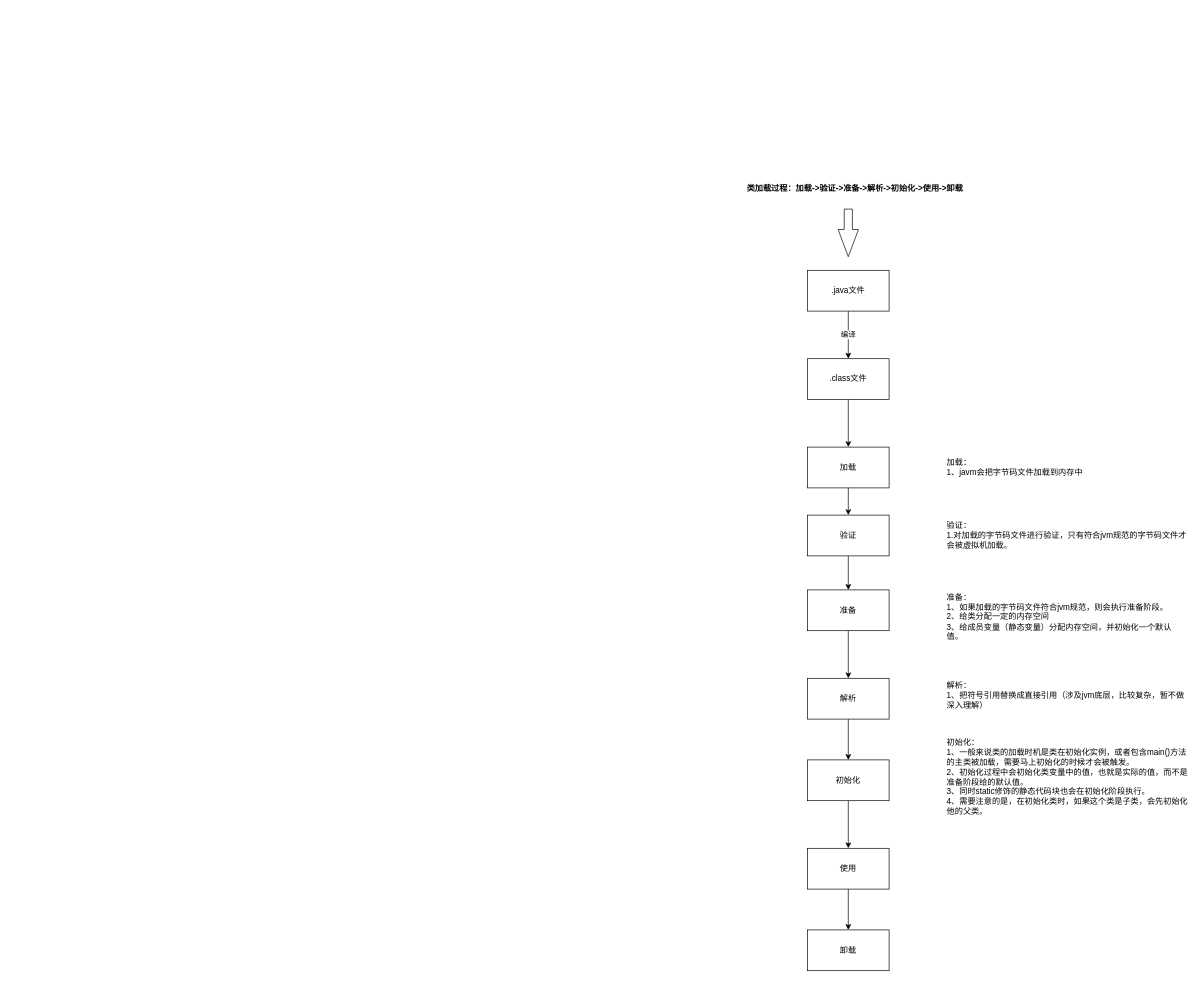
Earlier version of the draw.io diagram 架构图例/其他图/003_JVM类加载机制.drawio (childin/childin). Source tidied: cells renumbered, new cells numbered last; positions are measured from the earlier drawing's top-left corner, leaving out a move shared by most shapes. Both pictures are drawn from the tidied source at 68%, with x=0, y=0 at pixel (726, 182).
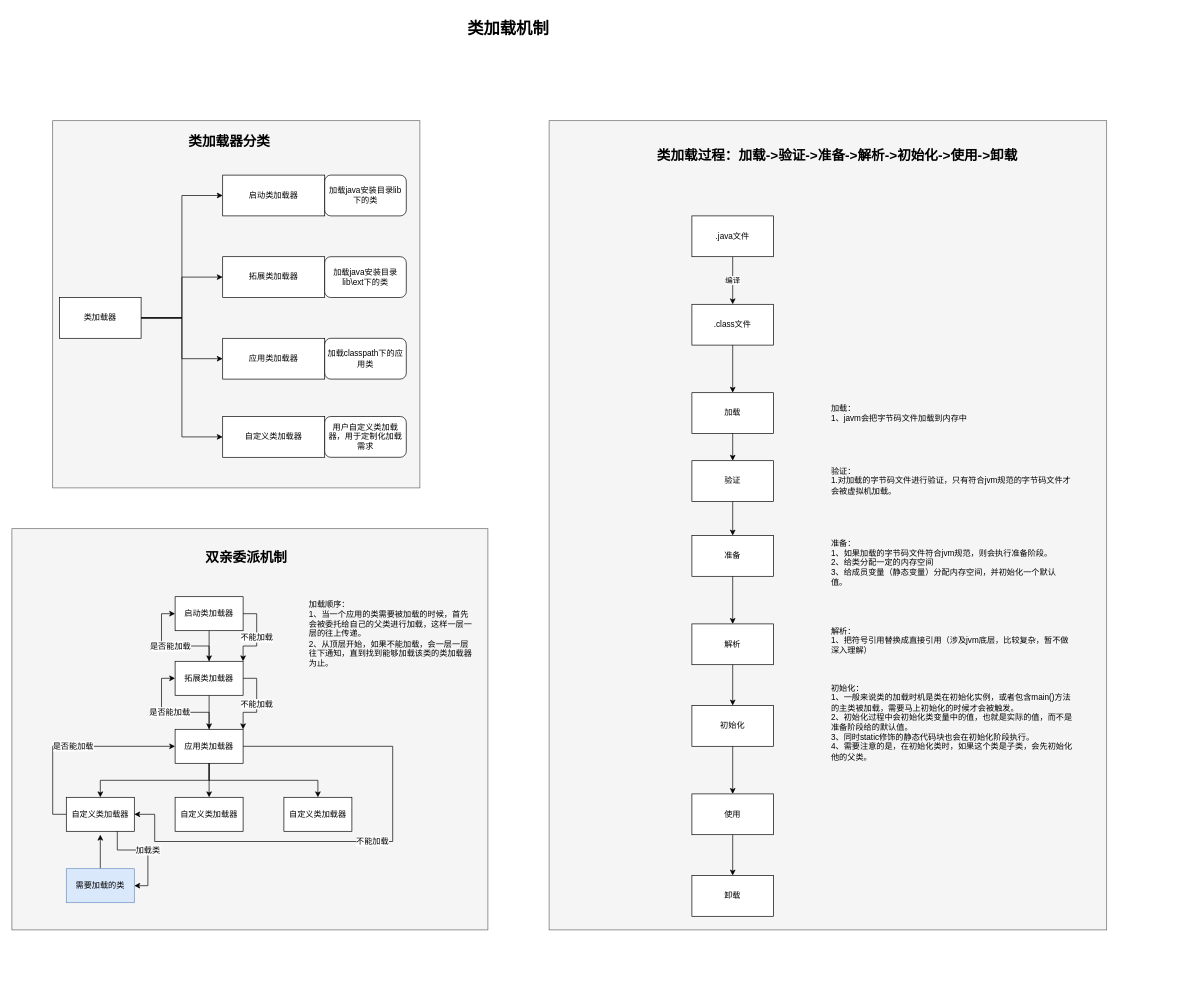
The same diagram, later.

Commit message (it also covers changes not shown here):
更新003_JVM类加载机制.drawio

Diff of the diagram source:
```diff
@@
+    <mxCell id="26" style="group;" parent="1" vertex="1">
+      <mxGeometry x="-990" y="-90" width="540" height="540" as="geometry" />
+    </mxCell>
+    <mxCell id="27" style="whiteSpace=wrap;html=1;fontSize=20;align=center;fillColor=#f5f5f5;strokeColor=#666666;fontColor=#333333;" parent="26" vertex="1">
+      <mxGeometry width="540" height="540" as="geometry" />
+    </mxCell>
+    <mxCell id="28" value="类加载器" style="rounded=0;whiteSpace=wrap;html=1;align=center;" parent="26" vertex="1">
+      <mxGeometry x="10" y="260" width="120" height="60" as="geometry" />
+    </mxCell>
+    <mxCell id="29" value="启动类加载器" style="rounded=0;whiteSpace=wrap;html=1;align=center;" parent="26" vertex="1">
+      <mxGeometry x="250" y="80" width="150" height="60" as="geometry" />
+    </mxCell>
+    <mxCell id="30" style="edgeStyle=orthogonalEdgeStyle;rounded=0;jettySize=auto;html=1;entryX=0;entryY=0.5;entryDx=0;entryDy=0;exitX=1;exitY=0.5;exitDx=0;exitDy=0;" parent="26" edge="1" source="28" target="29">
+      <mxGeometry relative="1" as="geometry" />
+    </mxCell>
+    <mxCell id="31" value="拓展类加载器" style="rounded=0;whiteSpace=wrap;html=1;align=center;" parent="26" vertex="1">
+      <mxGeometry x="250" y="200" width="150" height="60" as="geometry" />
+    </mxCell>
+    <mxCell id="32" style="edgeStyle=orthogonalEdgeStyle;rounded=0;jettySize=auto;html=1;" parent="26" edge="1" source="28" target="31">
+      <mxGeometry relative="1" as="geometry" />
+    </mxCell>
+    <mxCell id="33" value="应用类加载器" style="rounded=0;whiteSpace=wrap;html=1;align=center;" parent="26" vertex="1">
+      <mxGeometry x="250" y="320" width="150" height="60" as="geometry" />
+    </mxCell>
+    <mxCell id="34" style="edgeStyle=orthogonalEdgeStyle;rounded=0;jettySize=auto;html=1;entryX=0;entryY=0.5;entryDx=0;entryDy=0;" parent="26" edge="1" source="28" target="33">
+      <mxGeometry relative="1" as="geometry" />
+    </mxCell>
+    <mxCell id="35" value="自定义类加载器" style="rounded=0;whiteSpace=wrap;html=1;align=center;" parent="26" vertex="1">
+      <mxGeometry x="250" y="435" width="150" height="60" as="geometry" />
+    </mxCell>
+    <mxCell id="36" style="edgeStyle=orthogonalEdgeStyle;rounded=0;jettySize=auto;html=1;entryX=0;entryY=0.5;entryDx=0;entryDy=0;" parent="26" edge="1" source="28" target="35">
+      <mxGeometry relative="1" as="geometry" />
+    </mxCell>
+    <mxCell id="37" value="加载java安装目录lib下的类" style="rounded=1;whiteSpace=wrap;html=1;align=center;" parent="26" vertex="1">
+      <mxGeometry x="400" y="80" width="120" height="60" as="geometry" />
+    </mxCell>
+    <mxCell id="38" value="加载java安装目录lib\ext下的类" style="rounded=1;whiteSpace=wrap;html=1;align=center;" parent="26" vertex="1">
+      <mxGeometry x="400" y="200" width="120" height="60" as="geometry" />
+    </mxCell>
+    <mxCell id="39" value="加载classpath下的应用类" style="rounded=1;whiteSpace=wrap;html=1;align=center;" parent="26" vertex="1">
+      <mxGeometry x="400" y="320" width="120" height="60" as="geometry" />
+    </mxCell>
+    <mxCell id="40" value="用户自定义类加载器，用于定制化加载需求" style="rounded=1;whiteSpace=wrap;html=1;align=center;" parent="26" vertex="1">
+      <mxGeometry x="400" y="435" width="120" height="60" as="geometry" />
+    </mxCell>
+    <mxCell id="41" value="类加载器分类" style="text;html=1;strokeColor=none;fillColor=none;align=center;verticalAlign=middle;whiteSpace=wrap;rounded=0;fontStyle=1;fontSize=20;" parent="26" vertex="1">
+      <mxGeometry x="190" y="20" width="140" height="20" as="geometry" />
+    </mxCell>
+    <mxCell id="42" style="group;" parent="1" vertex="1">
+      <mxGeometry x="-260" y="-90" width="820" height="1190" as="geometry" />
+    </mxCell>
+    <mxCell id="43" style="rounded=0;whiteSpace=wrap;html=1;fontSize=20;align=center;fillColor=#f5f5f5;strokeColor=#666666;fontColor=#333333;" parent="42" vertex="1">
+      <mxGeometry width="820" height="1190" as="geometry" />
+    </mxCell>
-    <mxCell id="2" value="类加载过程：加载-&amp;gt;验证-&amp;gt;准备-&amp;gt;解析-&amp;gt;初始化-&amp;gt;使用-&amp;gt;卸载" style="text;html=1;strokeColor=none;fillColor=none;align=center;verticalAlign=middle;whiteSpace=wrap;rounded=0;fontStyle=1;" parent="1" vertex="1">
-      <mxGeometry width="380" height="20" as="geometry" />
+    <mxCell id="2" value="类加载过程：加载-&amp;gt;验证-&amp;gt;准备-&amp;gt;解析-&amp;gt;初始化-&amp;gt;使用-&amp;gt;卸载" style="text;html=1;strokeColor=none;fillColor=none;align=center;verticalAlign=middle;whiteSpace=wrap;rounded=0;fontStyle=1;fontSize=20;" parent="42" vertex="1">
+      <mxGeometry x="119" y="40" width="610" height="20" as="geometry" />
     </mxCell>
-    <mxCell id="3" style="edgeStyle=orthogonalEdgeStyle;rounded=0;jettySize=auto;html=1;entryX=0.5;entryY=0;entryDx=0;entryDy=0;" parent="1" edge="1" source="4" target="8">
-      <mxGeometry relative="1" as="geometry" />
-    </mxCell>
-    <mxCell id="4" value=".class文件" style="rounded=0;whiteSpace=wrap;html=1;" parent="1" vertex="1">
-      <mxGeometry x="120" y="260" width="120" height="60" as="geometry" />
+    <mxCell id="4" value=".class文件" style="rounded=0;whiteSpace=wrap;html=1;" parent="42" vertex="1">
+      <mxGeometry x="210" y="270" width="120" height="60" as="geometry" />
     </mxCell>
-    <mxCell id="5" value="编译" style="edgeStyle=orthogonalEdgeStyle;rounded=0;jettySize=auto;html=1;" parent="1" edge="1" source="6" target="4">
+    <mxCell id="5" value="编译" style="edgeStyle=orthogonalEdgeStyle;rounded=0;jettySize=auto;html=1;" parent="42" edge="1" source="6" target="4">
       <mxGeometry relative="1" as="geometry" />
     </mxCell>
-    <mxCell id="6" value=".java文件" style="rounded=0;whiteSpace=wrap;html=1;" parent="1" vertex="1">
-      <mxGeometry x="120" y="130" width="120" height="60" as="geometry" />
+    <mxCell id="6" value=".java文件" style="rounded=0;whiteSpace=wrap;html=1;" parent="42" vertex="1">
+      <mxGeometry x="210" y="140" width="120" height="60" as="geometry" />
     </mxCell>
-    <mxCell id="7" style="edgeStyle=orthogonalEdgeStyle;rounded=0;jettySize=auto;html=1;entryX=0.5;entryY=0;entryDx=0;entryDy=0;" parent="1" edge="1" source="8" target="21">
-      <mxGeometry relative="1" as="geometry" />
-    </mxCell>
-    <mxCell id="8" value="加载" style="rounded=0;whiteSpace=wrap;html=1;" parent="1" vertex="1">
-      <mxGeometry x="120" y="390" width="120" height="60" as="geometry" />
+    <mxCell id="8" value="加载" style="rounded=0;whiteSpace=wrap;html=1;" parent="42" vertex="1">
+      <mxGeometry x="210" y="400" width="120" height="60" as="geometry" />
     </mxCell>
+    <mxCell id="3" style="edgeStyle=orthogonalEdgeStyle;rounded=0;jettySize=auto;html=1;entryX=0.5;entryY=0;entryDx=0;entryDy=0;" parent="42" edge="1" source="4" target="8">
+      <mxGeometry relative="1" as="geometry" />
+    </mxCell>
+    <mxCell id="10" value="准备" style="rounded=0;whiteSpace=wrap;html=1;" parent="42" vertex="1">
+      <mxGeometry x="210" y="610" width="120" height="60" as="geometry" />
+    </mxCell>
+    <mxCell id="12" value="解析" style="rounded=0;whiteSpace=wrap;html=1;" parent="42" vertex="1">
+      <mxGeometry x="210" y="740" width="120" height="60" as="geometry" />
+    </mxCell>
-    <mxCell id="9" style="edgeStyle=orthogonalEdgeStyle;rounded=0;jettySize=auto;html=1;entryX=0.5;entryY=0;entryDx=0;entryDy=0;" parent="1" edge="1" source="10" target="12">
+    <mxCell id="9" style="edgeStyle=orthogonalEdgeStyle;rounded=0;jettySize=auto;html=1;entryX=0.5;entryY=0;entryDx=0;entryDy=0;" parent="42" edge="1" source="10" target="12">
       <mxGeometry relative="1" as="geometry" />
     </mxCell>
-    <mxCell id="10" value="准备" style="rounded=0;whiteSpace=wrap;html=1;" parent="1" vertex="1">
-      <mxGeometry x="120" y="600" width="120" height="60" as="geometry" />
-    </mxCell>
+    <mxCell id="14" value="初始化" style="rounded=0;whiteSpace=wrap;html=1;" parent="42" vertex="1">
+      <mxGeometry x="210" y="860" width="120" height="60" as="geometry" />
+    </mxCell>
-    <mxCell id="11" style="edgeStyle=orthogonalEdgeStyle;rounded=0;jettySize=auto;html=1;" parent="1" edge="1" source="12" target="14">
+    <mxCell id="11" style="edgeStyle=orthogonalEdgeStyle;rounded=0;jettySize=auto;html=1;" parent="42" edge="1" source="12" target="14">
       <mxGeometry relative="1" as="geometry" />
     </mxCell>
-    <mxCell id="12" value="解析" style="rounded=0;whiteSpace=wrap;html=1;" parent="1" vertex="1">
-      <mxGeometry x="120" y="730" width="120" height="60" as="geometry" />
-    </mxCell>
+    <mxCell id="16" value="使用" style="rounded=0;whiteSpace=wrap;html=1;" parent="42" vertex="1">
+      <mxGeometry x="210" y="990" width="120" height="60" as="geometry" />
+    </mxCell>
-    <mxCell id="13" style="edgeStyle=orthogonalEdgeStyle;rounded=0;jettySize=auto;html=1;" parent="1" edge="1" source="14" target="16">
+    <mxCell id="13" style="edgeStyle=orthogonalEdgeStyle;rounded=0;jettySize=auto;html=1;" parent="42" edge="1" source="14" target="16">
       <mxGeometry relative="1" as="geometry" />
     </mxCell>
-    <mxCell id="14" value="初始化" style="rounded=0;whiteSpace=wrap;html=1;" parent="1" vertex="1">
-      <mxGeometry x="120" y="850" width="120" height="60" as="geometry" />
-    </mxCell>
+    <mxCell id="17" value="卸载" style="rounded=0;whiteSpace=wrap;html=1;" parent="42" vertex="1">
+      <mxGeometry x="210" y="1110" width="120" height="60" as="geometry" />
+    </mxCell>
-    <mxCell id="15" style="edgeStyle=orthogonalEdgeStyle;rounded=0;jettySize=auto;html=1;" parent="1" edge="1" source="16" target="17">
+    <mxCell id="15" style="edgeStyle=orthogonalEdgeStyle;rounded=0;jettySize=auto;html=1;" parent="42" edge="1" source="16" target="17">
       <mxGeometry relative="1" as="geometry" />
     </mxCell>
-    <mxCell id="16" value="使用" style="rounded=0;whiteSpace=wrap;html=1;" parent="1" vertex="1">
-      <mxGeometry x="120" y="980" width="120" height="60" as="geometry" />
-    </mxCell>
-    <mxCell id="17" value="卸载" style="rounded=0;whiteSpace=wrap;html=1;" parent="1" vertex="1">
-      <mxGeometry x="120" y="1100" width="120" height="60" as="geometry" />
-    </mxCell>
-    <mxCell id="18" value="加载：&lt;br&gt;1、javm会把字节码文件加载到内存中&lt;br&gt;" style="text;html=1;strokeColor=none;fillColor=none;align=left;verticalAlign=middle;whiteSpace=wrap;rounded=0;" parent="1" vertex="1">
-      <mxGeometry x="323" y="365" width="362" height="110" as="geometry" />
+    <mxCell id="18" value="加载：&lt;br&gt;1、javm会把字节码文件加载到内存中&lt;br&gt;" style="text;html=1;strokeColor=none;fillColor=none;align=left;verticalAlign=middle;whiteSpace=wrap;rounded=0;" parent="42" vertex="1">
+      <mxGeometry x="413" y="375" width="362" height="110" as="geometry" />
     </mxCell>
-    <mxCell id="19" value="准备：&lt;br&gt;1、如果加载的字节码文件符合jvm规范，则会执行准备阶段。&lt;br&gt;2、给类分配一定的内存空间&lt;br&gt;3、给成员变量（静态变量）分配内存空间，并初始化一个默认值。&lt;br&gt;" style="text;html=1;strokeColor=none;fillColor=none;align=left;verticalAlign=middle;whiteSpace=wrap;rounded=0;" parent="1" vertex="1">
-      <mxGeometry x="323" y="580" width="352" height="120" as="geometry" />
+    <mxCell id="19" value="准备：&lt;br&gt;1、如果加载的字节码文件符合jvm规范，则会执行准备阶段。&lt;br&gt;2、给类分配一定的内存空间&lt;br&gt;3、给成员变量（静态变量）分配内存空间，并初始化一个默认值。&lt;br&gt;" style="text;html=1;strokeColor=none;fillColor=none;align=left;verticalAlign=middle;whiteSpace=wrap;rounded=0;" parent="42" vertex="1">
+      <mxGeometry x="413" y="590" width="352" height="120" as="geometry" />
     </mxCell>
-    <mxCell id="20" style="edgeStyle=orthogonalEdgeStyle;rounded=0;jettySize=auto;html=1;" parent="1" edge="1" source="21" target="10">
+    <mxCell id="20" style="edgeStyle=orthogonalEdgeStyle;rounded=0;jettySize=auto;html=1;" parent="42" edge="1" source="21" target="10">
       <mxGeometry relative="1" as="geometry" />
     </mxCell>
-    <mxCell id="21" value="验证" style="rounded=0;whiteSpace=wrap;html=1;" parent="1" vertex="1">
-      <mxGeometry x="120" y="490" width="120" height="60" as="geometry" />
+    <mxCell id="21" value="验证" style="rounded=0;whiteSpace=wrap;html=1;" parent="42" vertex="1">
+      <mxGeometry x="210" y="500" width="120" height="60" as="geometry" />
     </mxCell>
+    <mxCell id="7" style="edgeStyle=orthogonalEdgeStyle;rounded=0;jettySize=auto;html=1;entryX=0.5;entryY=0;entryDx=0;entryDy=0;" parent="42" edge="1" source="8" target="21">
+      <mxGeometry relative="1" as="geometry" />
+    </mxCell>
-    <mxCell id="22" value="验证：&lt;br&gt;1.对加载的字节码文件进行验证，只有符合jvm规范的字节码文件才会被虚拟机加载。" style="text;html=1;strokeColor=none;fillColor=none;align=left;verticalAlign=middle;whiteSpace=wrap;rounded=0;" parent="1" vertex="1">
-      <mxGeometry x="323" y="465" width="362" height="110" as="geometry" />
+    <mxCell id="22" value="验证：&lt;br&gt;1.对加载的字节码文件进行验证，只有符合jvm规范的字节码文件才会被虚拟机加载。" style="text;html=1;strokeColor=none;fillColor=none;align=left;verticalAlign=middle;whiteSpace=wrap;rounded=0;" parent="42" vertex="1">
+      <mxGeometry x="413" y="475" width="362" height="110" as="geometry" />
     </mxCell>
-    <mxCell id="23" value="解析：&lt;br&gt;1、把符号引用替换成直接引用（涉及jvm底层，比较复杂，暂不做深入理解）" style="text;html=1;strokeColor=none;fillColor=none;align=left;verticalAlign=middle;whiteSpace=wrap;rounded=0;" parent="1" vertex="1">
-      <mxGeometry x="323" y="700" width="362" height="110" as="geometry" />
+    <mxCell id="23" value="解析：&lt;br&gt;1、把符号引用替换成直接引用（涉及jvm底层，比较复杂，暂不做深入理解）" style="text;html=1;strokeColor=none;fillColor=none;align=left;verticalAlign=middle;whiteSpace=wrap;rounded=0;" parent="42" vertex="1">
+      <mxGeometry x="413" y="710" width="362" height="110" as="geometry" />
     </mxCell>
-    <mxCell id="24" value="初始化：&lt;br&gt;1、一般来说类的加载时机是类在初始化实例，或者包含main()方法的主类被加载，需要马上初始化的时候才会被触发。&lt;br&gt;2、初始化过程中会初始化类变量中的值，也就是实际的值，而不是准备阶段给的默认值。&lt;br&gt;3、同时static修饰的静态代码块也会在初始化阶段执行。&lt;br&gt;4、需要注意的是，在初始化类时，如果这个类是子类，会先初始化他的父类。" style="text;html=1;strokeColor=none;fillColor=none;align=left;verticalAlign=middle;whiteSpace=wrap;rounded=0;" parent="1" vertex="1">
-      <mxGeometry x="323" y="820" width="362" height="110" as="geometry" />
+    <mxCell id="24" value="初始化：&lt;br&gt;1、一般来说类的加载时机是类在初始化实例，或者包含main()方法的主类被加载，需要马上初始化的时候才会被触发。&lt;br&gt;2、初始化过程中会初始化类变量中的值，也就是实际的值，而不是准备阶段给的默认值。&lt;br&gt;3、同时static修饰的静态代码块也会在初始化阶段执行。&lt;br&gt;4、需要注意的是，在初始化类时，如果这个类是子类，会先初始化他的父类。" style="text;html=1;strokeColor=none;fillColor=none;align=left;verticalAlign=middle;whiteSpace=wrap;rounded=0;" parent="42" vertex="1">
+      <mxGeometry x="413" y="830" width="362" height="110" as="geometry" />
     </mxCell>
-    <mxCell id="25" style="html=1;shadow=0;dashed=0;align=center;verticalAlign=middle;shape=mxgraph.arrows2.arrow;dy=0.6;dx=40;direction=south;notch=0;" parent="1" vertex="1">
-      <mxGeometry x="165" y="40" width="30" height="70" as="geometry" />
-    </mxCell>
+    <mxCell id="44" style="group;" parent="1" vertex="1">
+      <mxGeometry x="-1050" y="510" width="700" height="590" as="geometry" />
+    </mxCell>
+    <mxCell id="45" style="rounded=0;whiteSpace=wrap;html=1;fontSize=12;align=center;fillColor=#f5f5f5;strokeColor=#666666;fontColor=#333333;" parent="44" vertex="1">
+      <mxGeometry width="700" height="590" as="geometry" />
+    </mxCell>
+    <mxCell id="46" value="双亲委派机制" style="text;html=1;strokeColor=none;fillColor=none;align=center;verticalAlign=middle;whiteSpace=wrap;rounded=0;fontSize=20;fontStyle=1;" parent="44" vertex="1">
+      <mxGeometry x="220" y="40" width="250" as="geometry" />
+    </mxCell>
+    <mxCell id="47" value="启动类加载器" style="rounded=0;whiteSpace=wrap;html=1;fontSize=12;align=center;" parent="44" vertex="1">
+      <mxGeometry x="240" y="100" width="100" height="50" as="geometry" />
+    </mxCell>
+    <mxCell id="48" value="应用类加载器" style="rounded=0;whiteSpace=wrap;html=1;fontSize=12;align=center;" parent="44" vertex="1">
+      <mxGeometry x="240" y="295" width="100" height="50" as="geometry" />
+    </mxCell>
+    <mxCell id="49" style="edgeStyle=orthogonalEdgeStyle;rounded=0;jettySize=auto;html=1;entryX=0.5;entryY=0;entryDx=0;entryDy=0;fontSize=12;" parent="44" edge="1" source="52" target="48">
+      <mxGeometry relative="1" as="geometry" />
+    </mxCell>
+    <mxCell id="50" value="是否能加载" style="edgeStyle=orthogonalEdgeStyle;rounded=0;jettySize=auto;html=1;entryX=0;entryY=0.5;entryDx=0;entryDy=0;fontSize=12;" parent="44" edge="1" source="52" target="47">
+      <mxGeometry relative="1" as="geometry" />
+    </mxCell>
+    <mxCell id="51" value="不能加载" style="edgeStyle=orthogonalEdgeStyle;rounded=0;jettySize=auto;html=1;fontSize=12;entryX=1;entryY=0;entryDx=0;entryDy=0;exitX=1;exitY=0.5;exitDx=0;exitDy=0;" parent="44" edge="1" source="52" target="48">
+      <mxGeometry relative="1" as="geometry" />
+    </mxCell>
+    <mxCell id="52" value="拓展类加载器" style="rounded=0;whiteSpace=wrap;html=1;fontSize=12;align=center;" parent="44" vertex="1">
+      <mxGeometry x="240" y="195" width="100" height="50" as="geometry" />
+    </mxCell>
+    <mxCell id="53" style="edgeStyle=orthogonalEdgeStyle;rounded=0;jettySize=auto;html=1;entryX=0.5;entryY=0;entryDx=0;entryDy=0;fontSize=12;" parent="44" edge="1" source="47" target="52">
+      <mxGeometry relative="1" as="geometry" />
+    </mxCell>
+    <mxCell id="54" value="不能加载" style="edgeStyle=orthogonalEdgeStyle;rounded=0;jettySize=auto;html=1;entryX=1;entryY=0;entryDx=0;entryDy=0;fontSize=12;exitX=1;exitY=0.5;exitDx=0;exitDy=0;" parent="44" edge="1" source="47" target="52">
+      <mxGeometry relative="1" as="geometry" />
+    </mxCell>
+    <mxCell id="55" value="是否能加载" style="edgeStyle=orthogonalEdgeStyle;rounded=0;jettySize=auto;html=1;entryX=0;entryY=0.5;entryDx=0;entryDy=0;fontSize=12;" parent="44" edge="1" source="48" target="52">
+      <mxGeometry relative="1" as="geometry" />
+    </mxCell>
+    <mxCell id="56" value="是否能加载" style="edgeStyle=orthogonalEdgeStyle;rounded=0;jettySize=auto;html=1;entryX=0;entryY=0.5;entryDx=0;entryDy=0;fontSize=12;exitX=0;exitY=0.5;exitDx=0;exitDy=0;" parent="44" edge="1" source="57" target="48">
+      <mxGeometry relative="1" as="geometry" />
+    </mxCell>
+    <mxCell id="57" value="自定义类加载器" style="rounded=0;whiteSpace=wrap;html=1;fontSize=12;align=center;" parent="44" vertex="1">
+      <mxGeometry x="80" y="395" width="100" height="50" as="geometry" />
+    </mxCell>
+    <mxCell id="58" style="edgeStyle=orthogonalEdgeStyle;rounded=0;jettySize=auto;html=1;entryX=0.5;entryY=0;entryDx=0;entryDy=0;fontSize=12;exitX=0.5;exitY=1;exitDx=0;exitDy=0;" parent="44" edge="1" source="48" target="57">
+      <mxGeometry relative="1" as="geometry" />
+    </mxCell>
+    <mxCell id="59" value="不能加载" style="edgeStyle=orthogonalEdgeStyle;rounded=0;jettySize=auto;html=1;entryX=1;entryY=0.5;entryDx=0;entryDy=0;fontSize=12;" parent="44" edge="1" source="48" target="57">
+      <mxGeometry relative="1" as="geometry">
+        <Array as="points">
+          <mxPoint x="560" y="320" />
+          <mxPoint x="560" y="460" />
+          <mxPoint x="210" y="460" />
+          <mxPoint x="210" y="420" />
+        </Array>
+      </mxGeometry>
+    </mxCell>
+    <mxCell id="60" value="自定义类加载器" style="rounded=0;whiteSpace=wrap;html=1;fontSize=12;align=center;" parent="44" vertex="1">
+      <mxGeometry x="400" y="395" width="100" height="50" as="geometry" />
+    </mxCell>
+    <mxCell id="61" style="edgeStyle=orthogonalEdgeStyle;rounded=0;jettySize=auto;html=1;entryX=0.5;entryY=0;entryDx=0;entryDy=0;fontSize=12;exitX=0.5;exitY=1;exitDx=0;exitDy=0;" parent="44" edge="1" source="48" target="60">
+      <mxGeometry relative="1" as="geometry" />
+    </mxCell>
+    <mxCell id="62" value="自定义类加载器" style="rounded=0;whiteSpace=wrap;html=1;fontSize=12;align=center;" parent="44" vertex="1">
+      <mxGeometry x="240" y="395" width="100" height="50" as="geometry" />
+    </mxCell>
+    <mxCell id="63" style="edgeStyle=orthogonalEdgeStyle;rounded=0;jettySize=auto;html=1;fontSize=12;" parent="44" edge="1" source="48" target="62">
+      <mxGeometry relative="1" as="geometry" />
+    </mxCell>
+    <mxCell id="64" value="加载顺序：&lt;br&gt;1、当一个应用的类需要被加载的时候，首先会被委托给自己的父类进行加载，这样一层一层的往上传递。&lt;br&gt;&lt;div style=&quot;&quot;&gt;&lt;span&gt;2、从顶层开始，如果不能加载，会一层一层往下通知，直到找到能够加载该类的类加载器为止。&lt;/span&gt;&lt;/div&gt;" style="text;html=1;strokeColor=none;fillColor=none;align=left;verticalAlign=middle;whiteSpace=wrap;rounded=0;fontSize=12;" parent="44" vertex="1">
+      <mxGeometry x="435" y="100" width="243" height="110" as="geometry" />
+    </mxCell>
+    <mxCell id="65" style="edgeStyle=orthogonalEdgeStyle;rounded=0;jettySize=auto;html=1;fontSize=12;" parent="44" edge="1" source="66">
+      <mxGeometry relative="1" as="geometry">
+        <mxPoint x="130" y="450" as="targetPoint" />
+      </mxGeometry>
+    </mxCell>
+    <mxCell id="66" value="需要加载的类" style="rounded=0;whiteSpace=wrap;html=1;fontSize=12;align=center;fillColor=#dae8fc;strokeColor=#6c8ebf;" parent="44" vertex="1">
+      <mxGeometry x="80" y="500" width="100" height="50" as="geometry" />
+    </mxCell>
+    <mxCell id="67" value="加载类" style="edgeStyle=orthogonalEdgeStyle;rounded=0;jettySize=auto;html=1;entryX=1;entryY=0.5;entryDx=0;entryDy=0;fontSize=12;exitX=0.75;exitY=1;exitDx=0;exitDy=0;" parent="44" edge="1" source="57" target="66">
+      <mxGeometry relative="1" as="geometry" />
+    </mxCell>
+    <mxCell id="68" value="类加载机制" style="text;html=1;strokeColor=none;fillColor=none;align=center;verticalAlign=middle;whiteSpace=wrap;rounded=0;fontSize=24;fontStyle=1;" parent="1" vertex="1">
+      <mxGeometry x="-410" y="-250" width="180" height="50" as="geometry" />
+    </mxCell>
```
